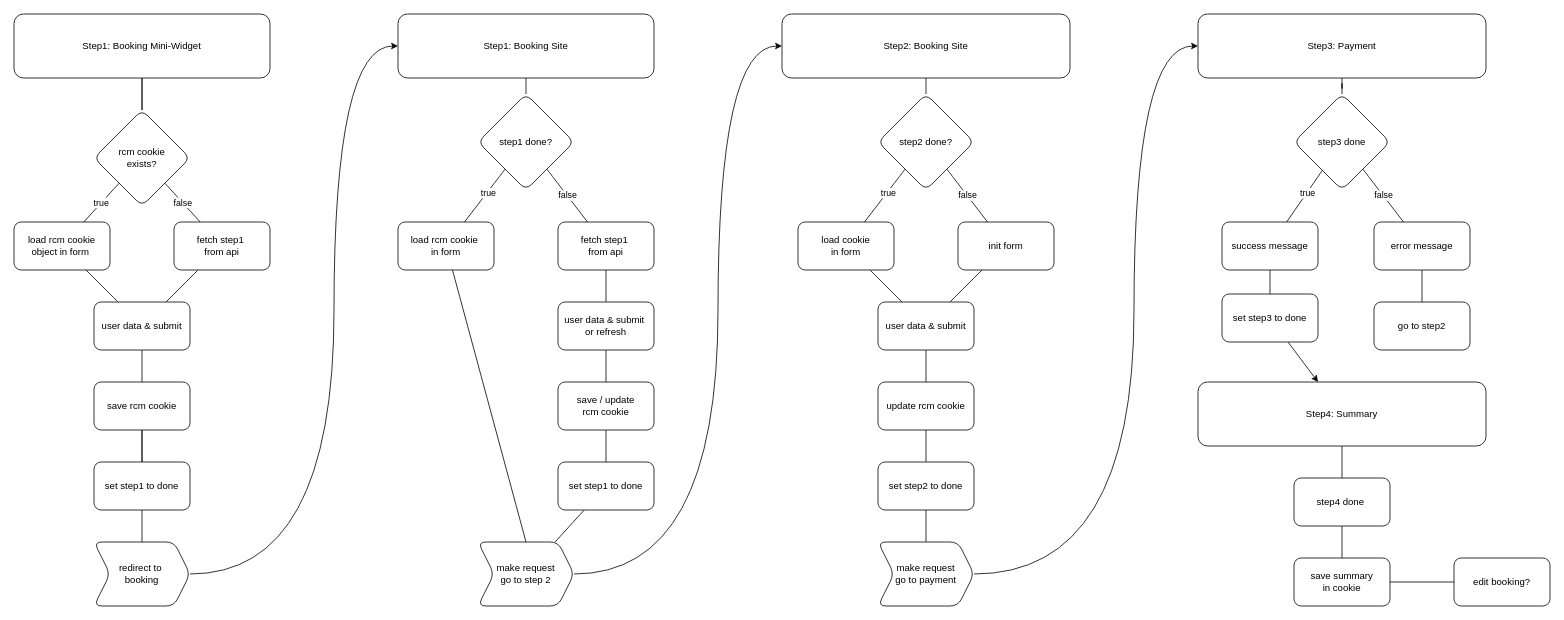
Earlier version of the draw.io diagram Arctic Campers.drawio (eugenregehr/diagrams). Source tidied: cells renumbered, new cells numbered last; positions are measured from the earlier drawing's top-left corner, leaving out a move shared by most shapes. Both pictures are drawn from the tidied source at 80%, with x=0, y=0 at pixel (14, 14).
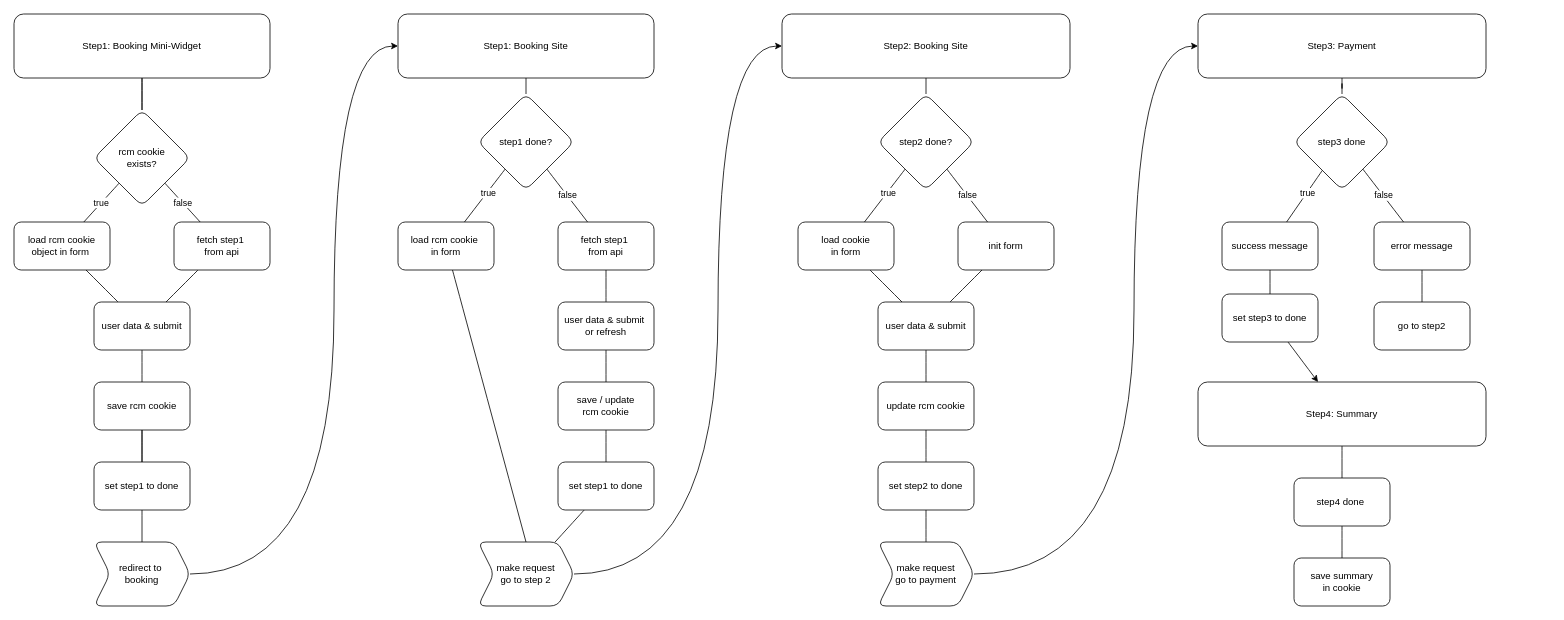
The same diagram, later.

Unchanged cells that the change refers to:
```xml
<mxCell id="72" value="save summary&lt;br&gt;in cookie" style="whiteSpace=wrap;html=1;rounded=1;" parent="1" vertex="1">
  <mxGeometry x="1600" y="680" width="120" height="60" as="geometry" />
</mxCell>
```

Change to the diagram source:
```diff
@@
-    <mxCell id="71" style="edgeStyle=none;rounded=0;jettySize=auto;html=1;endArrow=none;endFill=0;curved=1;" parent="1" edge="1" source="72" target="73">
-      <mxGeometry relative="1" as="geometry" />
-    </mxCell>
@@
-    <mxCell id="73" value="edit booking?" style="whiteSpace=wrap;html=1;rounded=1;" parent="1" vertex="1">
-      <mxGeometry x="1800" y="680" width="120" height="60" as="geometry" />
-    </mxCell>
```
